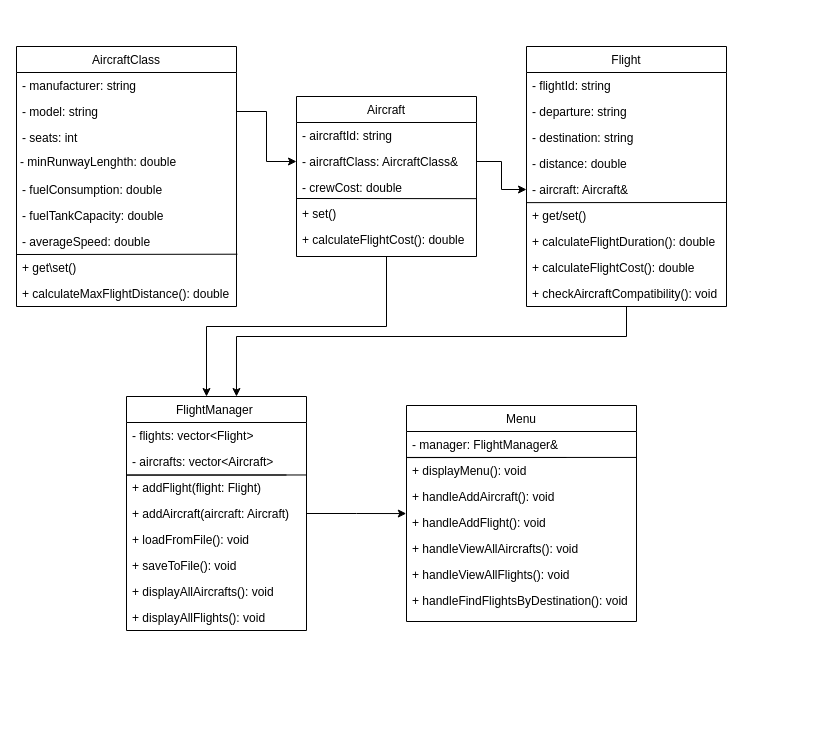
Earlier version of the draw.io diagram UML Diagram.drawio (stiv03/AirPortManager). Source tidied: cells renumbered, new cells numbered last; positions are measured from the earlier drawing's top-left corner, leaving out a move shared by most shapes. Both pictures are drawn from the tidied source at 100%, with x=0, y=0 at pixel (16, 46).
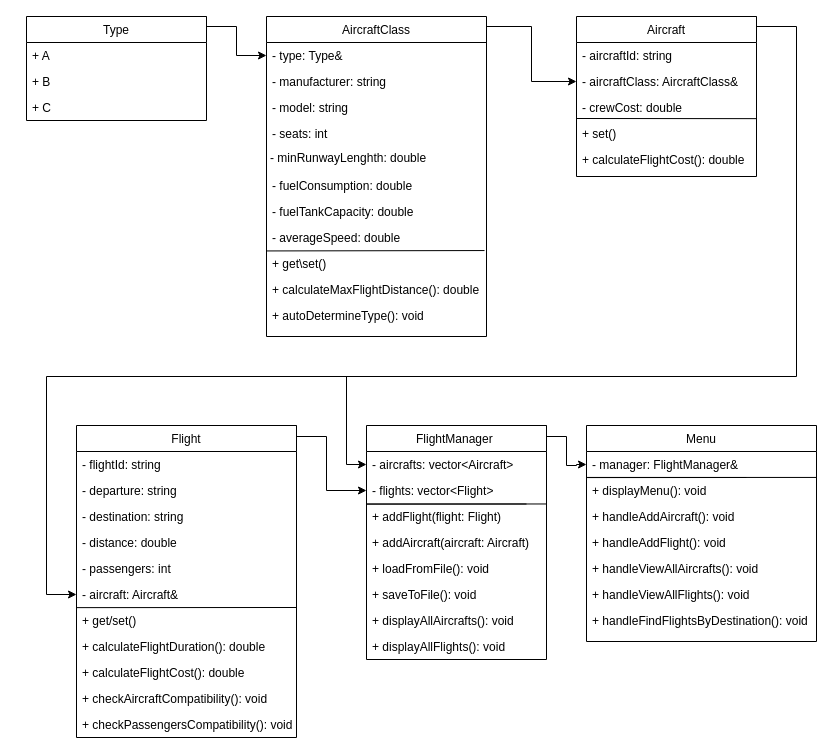
The same diagram, later.

Unchanged cells that the change refers to:
```xml
<mxCell id="39" value="- aircraftClass: AircraftClass&amp;" style="text;align=left;verticalAlign=top;spacingLeft=4;spacingRight=4;overflow=hidden;points=[[0,0.5],[1,0.5]];portConstraint=eastwest;rounded=0;shadow=0;html=0;" parent="37" vertex="1">
  <mxGeometry y="52" width="180" height="26" as="geometry" />
</mxCell>
<mxCell id="45" value="- manager: FlightManager&amp;" style="text;align=left;verticalAlign=top;spacingLeft=4;spacingRight=4;overflow=hidden;points=[[0,0.5],[1,0.5]];portConstraint=eastwest;" parent="44" vertex="1">
  <mxGeometry y="26" width="230" height="26" as="geometry" />
</mxCell>
<mxCell id="49" value="+ handleAddFlight(): void" style="text;align=left;verticalAlign=top;spacingLeft=4;spacingRight=4;overflow=hidden;points=[[0,0.5],[1,0.5]];portConstraint=eastwest;" parent="44" vertex="1">
  <mxGeometry y="104" width="230" height="26" as="geometry" />
</mxCell>
```

Diff of the diagram source:
```diff
@@
     <mxCell id="2" value="AircraftClass" style="swimlane;fontStyle=0;align=center;verticalAlign=top;horizontal=1;startSize=26;rounded=0;shadow=0;strokeWidth=1;" parent="1" vertex="1">
-      <mxGeometry width="220" height="260" as="geometry" />
+      <mxGeometry x="250" y="-30" width="220" height="320" as="geometry" />
     </mxCell>
+    <mxCell id="57" value="- type: Type&amp;&#10;" style="text;align=left;verticalAlign=top;spacingLeft=4;spacingRight=4;overflow=hidden;points=[[0,0.5],[1,0.5]];portConstraint=eastwest;fontStyle=0;" parent="2" vertex="1">
+      <mxGeometry y="26" width="220" height="26" as="geometry" />
+    </mxCell>
     <mxCell id="3" value="- manufacturer: string" style="text;align=left;verticalAlign=top;spacingLeft=4;spacingRight=4;overflow=hidden;fontStyle=0;" parent="2" vertex="1">
-      <mxGeometry y="26" width="220" height="26" as="geometry" />
+      <mxGeometry y="52" width="220" height="26" as="geometry" />
     </mxCell>
     <mxCell id="4" value="- model: string" style="text;align=left;verticalAlign=top;spacingLeft=4;spacingRight=4;overflow=hidden;points=[[0,0.5],[1,0.5]];portConstraint=eastwest;rounded=0;shadow=0;html=0;" parent="2" vertex="1">
-      <mxGeometry y="52" width="220" height="26" as="geometry" />
+      <mxGeometry y="78" width="220" height="26" as="geometry" />
     </mxCell>
     <mxCell id="5" value="- seats: int" style="text;align=left;verticalAlign=top;spacingLeft=4;spacingRight=4;overflow=hidden;rounded=0;shadow=0;html=0;" parent="2" vertex="1">
-      <mxGeometry y="78" width="220" height="26" as="geometry" />
+      <mxGeometry y="104" width="220" height="26" as="geometry" />
     </mxCell>
     <mxCell id="6" value="- minRunwayLenghth: double" style="text;align=left;verticalAlign=top;spacingLeft=4;spacingRight=-4;overflow=hidden;rounded=0;shadow=0;html=0;spacing=0;spacingBottom=-7;" parent="2" vertex="1">
-      <mxGeometry y="104" width="220" height="26" as="geometry" />
+      <mxGeometry y="130" width="220" height="26" as="geometry" />
     </mxCell>
     <mxCell id="7" value="- fuelConsumption: double" style="text;align=left;verticalAlign=top;spacingLeft=4;spacingRight=4;overflow=hidden;" parent="2" vertex="1">
-      <mxGeometry y="130" width="220" height="26" as="geometry" />
+      <mxGeometry y="156" width="220" height="26" as="geometry" />
     </mxCell>
     <mxCell id="8" value="- fuelTankCapacity: double" style="text;align=left;verticalAlign=top;spacingLeft=4;spacingRight=4;overflow=hidden;" parent="2" vertex="1">
-      <mxGeometry y="156" width="220" height="26" as="geometry" />
+      <mxGeometry y="182" width="220" height="26" as="geometry" />
     </mxCell>
     <mxCell id="9" value="- averageSpeed: double" style="text;align=left;verticalAlign=top;spacingLeft=4;spacingRight=4;overflow=hidden;points=[[0,0.5],[1,0.5]];portConstraint=eastwest;" parent="2" vertex="1">
-      <mxGeometry y="182" width="220" height="26" as="geometry" />
+      <mxGeometry y="208" width="220" height="26" as="geometry" />
     </mxCell>
-    <mxCell id="10" style="endArrow=none;html=1;rounded=0;entryX=0;entryY=0.5;entryDx=0;entryDy=0;exitX=1.004;exitY=0.989;exitDx=0;exitDy=0;exitPerimeter=0;" parent="2" edge="1" source="9">
-      <mxGeometry relative="1" as="geometry">
-        <mxPoint y="208" as="targetPoint" />
-      </mxGeometry>
-    </mxCell>
     <mxCell id="11" value="+ get\set()" style="text;align=left;verticalAlign=top;spacingLeft=4;spacingRight=4;overflow=hidden;" parent="2" vertex="1">
-      <mxGeometry y="208" width="220" height="26" as="geometry" />
+      <mxGeometry y="234" width="220" height="26" as="geometry" />
     </mxCell>
     <mxCell id="12" value="+ calculateMaxFlightDistance(): double" style="text;align=left;verticalAlign=top;spacingLeft=4;spacingRight=4;overflow=hidden;" parent="2" vertex="1">
-      <mxGeometry y="234" width="220" height="26" as="geometry" />
+      <mxGeometry y="260" width="220" height="26" as="geometry" />
     </mxCell>
-    <mxCell id="13" style="edgeStyle=orthogonalEdgeStyle;rounded=0;jettySize=auto;html=1;entryX=0.611;entryY=0;entryDx=0;entryDy=0;entryPerimeter=0;" parent="1" edge="1" source="14" target="25">
-      <mxGeometry relative="1" as="geometry">
-        <Array as="points">
-          <mxPoint x="610" y="290" />
-          <mxPoint x="220" y="290" />
-        </Array>
-      </mxGeometry>
-    </mxCell>
+    <mxCell id="58" value="+ autoDetermineType(): void" style="text;align=left;verticalAlign=top;spacingLeft=4;spacingRight=4;overflow=hidden;" parent="2" vertex="1">
+      <mxGeometry y="286" width="220" height="26" as="geometry" />
+    </mxCell>
+    <mxCell id="59" style="endArrow=none;html=1;rounded=0;exitX=0;exitY=1.017;exitDx=0;exitDy=0;exitPerimeter=0;entryX=0.991;entryY=1.002;entryDx=0;entryDy=0;entryPerimeter=0;" parent="2" edge="1" source="9" target="9">
+      <mxGeometry relative="1" as="geometry" />
+    </mxCell>
+    <mxCell id="60" style="edgeStyle=orthogonalEdgeStyle;rounded=0;jettySize=auto;html=1;exitX=1;exitY=0;exitDx=0;exitDy=0;entryX=0;entryY=0.5;entryDx=0;entryDy=0;" parent="1" edge="1" source="14" target="26">
+      <mxGeometry relative="1" as="geometry">
+        <Array as="points">
+          <mxPoint x="280" y="390" />
+          <mxPoint x="310" y="390" />
+          <mxPoint x="310" y="444" />
+        </Array>
+      </mxGeometry>
+    </mxCell>
     <mxCell id="14" value="Flight" style="swimlane;fontStyle=0;align=center;verticalAlign=top;horizontal=1;startSize=26;rounded=0;shadow=0;strokeWidth=1;" parent="1" vertex="1">
-      <mxGeometry x="510" width="200" height="260" as="geometry" />
+      <mxGeometry x="60" y="379" width="220" height="312" as="geometry" />
     </mxCell>
     <mxCell id="15" value="- flightId: string" style="text;align=left;verticalAlign=top;spacingLeft=4;spacingRight=4;overflow=hidden;" parent="14" vertex="1">
-      <mxGeometry y="26" width="200" height="26" as="geometry" />
+      <mxGeometry y="26" width="220" height="26" as="geometry" />
     </mxCell>
     <mxCell id="16" value="- departure: string" style="text;align=left;verticalAlign=top;spacingLeft=4;spacingRight=4;overflow=hidden;rounded=0;shadow=0;html=0;" parent="14" vertex="1">
-      <mxGeometry y="52" width="200" height="26" as="geometry" />
+      <mxGeometry y="52" width="220" height="26" as="geometry" />
     </mxCell>
     <mxCell id="17" value="- destination: string" style="text;align=left;verticalAlign=top;spacingLeft=4;spacingRight=4;overflow=hidden;fontStyle=0;" parent="14" vertex="1">
-      <mxGeometry y="78" width="200" height="26" as="geometry" />
+      <mxGeometry y="78" width="220" height="26" as="geometry" />
     </mxCell>
     <mxCell id="18" value="- distance: double" style="text;align=left;verticalAlign=top;spacingLeft=4;spacingRight=4;overflow=hidden;" parent="14" vertex="1">
-      <mxGeometry y="104" width="200" height="26" as="geometry" />
+      <mxGeometry y="104" width="220" height="26" as="geometry" />
     </mxCell>
+    <mxCell id="61" value="- passengers: int" style="text;align=left;verticalAlign=top;spacingLeft=4;spacingRight=4;overflow=hidden;fontStyle=0;" parent="14" vertex="1">
+      <mxGeometry y="130" width="220" height="26" as="geometry" />
+    </mxCell>
     <mxCell id="19" value="- aircraft: Aircraft&amp;" style="text;align=left;verticalAlign=top;spacingLeft=4;spacingRight=4;overflow=hidden;points=[[0,0.5],[1,0.5]];portConstraint=eastwest;fontStyle=0;" parent="14" vertex="1">
-      <mxGeometry y="130" width="200" height="26" as="geometry" />
+      <mxGeometry y="156" width="220" height="26" as="geometry" />
     </mxCell>
@@
     <mxCell id="21" value="+ get/set()" style="text;align=left;verticalAlign=top;spacingLeft=4;spacingRight=4;overflow=hidden;fontStyle=0;" parent="14" vertex="1">
-      <mxGeometry y="156" width="200" height="26" as="geometry" />
+      <mxGeometry y="182" width="220" height="26" as="geometry" />
     </mxCell>
     <mxCell id="22" value="+ calculateFlightDuration(): double" style="text;align=left;verticalAlign=top;spacingLeft=4;spacingRight=4;overflow=hidden;fontStyle=0;" parent="14" vertex="1">
-      <mxGeometry y="182" width="200" height="26" as="geometry" />
+      <mxGeometry y="208" width="220" height="26" as="geometry" />
     </mxCell>
     <mxCell id="23" value="+ calculateFlightCost(): double" style="text;align=left;verticalAlign=top;spacingLeft=4;spacingRight=4;overflow=hidden;fontStyle=0;" parent="14" vertex="1">
-      <mxGeometry y="208" width="200" height="26" as="geometry" />
+      <mxGeometry y="234" width="220" height="26" as="geometry" />
     </mxCell>
     <mxCell id="24" value="+ checkAircraftCompatibility(): void" style="text;align=left;verticalAlign=top;spacingLeft=4;spacingRight=4;overflow=hidden;fontStyle=0;" parent="14" vertex="1">
-      <mxGeometry y="234" width="200" height="26" as="geometry" />
+      <mxGeometry y="260" width="220" height="26" as="geometry" />
     </mxCell>
+    <mxCell id="62" value="+ checkPassengersCompatibility(): void" style="text;align=left;verticalAlign=top;spacingLeft=4;spacingRight=4;overflow=hidden;fontStyle=0;" parent="14" vertex="1">
+      <mxGeometry y="286" width="220" height="26" as="geometry" />
+    </mxCell>
+    <mxCell id="63" style="edgeStyle=orthogonalEdgeStyle;rounded=0;jettySize=auto;html=1;exitX=1;exitY=0;exitDx=0;exitDy=0;entryX=0;entryY=0.5;entryDx=0;entryDy=0;" parent="1" edge="1" source="25" target="45">
+      <mxGeometry relative="1" as="geometry">
+        <Array as="points">
+          <mxPoint x="530" y="390" />
+          <mxPoint x="550" y="390" />
+          <mxPoint x="550" y="419" />
+          <mxPoint x="560" y="419" />
+        </Array>
+      </mxGeometry>
+    </mxCell>
     <mxCell id="25" value="FlightManager " style="swimlane;fontStyle=0;align=center;verticalAlign=top;horizontal=1;startSize=26;rounded=0;shadow=0;strokeWidth=1;" parent="1" vertex="1">
-      <mxGeometry x="110" y="350" width="180" height="234" as="geometry" />
+      <mxGeometry x="350" y="379" width="180" height="234" as="geometry" />
     </mxCell>
+    <mxCell id="27" value="- aircrafts: vector&lt;Aircraft&gt;" style="text;align=left;verticalAlign=top;spacingLeft=4;spacingRight=4;overflow=hidden;points=[[0,0.5],[1,0.5]];portConstraint=eastwest;" parent="25" vertex="1">
+      <mxGeometry y="26" width="180" height="26" as="geometry" />
+    </mxCell>
     <mxCell id="26" value="- flights: vector&lt;Flight&gt;" style="text;align=left;verticalAlign=top;spacingLeft=4;spacingRight=4;overflow=hidden;points=[[0,0.5],[1,0.5]];portConstraint=eastwest;" parent="25" vertex="1">
-      <mxGeometry y="26" width="180" height="26" as="geometry" />
+      <mxGeometry y="52" width="180" height="26" as="geometry" />
     </mxCell>
-    <mxCell id="27" value="- aircrafts: vector&lt;Aircraft&gt;" style="text;align=left;verticalAlign=top;spacingLeft=4;spacingRight=4;overflow=hidden;points=[[0,0.5],[1,0.5]];portConstraint=eastwest;" parent="25" vertex="1">
-      <mxGeometry y="52" width="180" height="26" as="geometry" />
-    </mxCell>
@@
-    <mxCell id="36" style="edgeStyle=orthogonalEdgeStyle;rounded=0;jettySize=auto;html=1;exitX=0.5;exitY=1;exitDx=0;exitDy=0;" parent="1" edge="1" source="37" target="25">
-      <mxGeometry relative="1" as="geometry">
-        <Array as="points">
-          <mxPoint x="370" y="280" />
-          <mxPoint x="190" y="280" />
-        </Array>
-      </mxGeometry>
-    </mxCell>
+    <mxCell id="64" style="edgeStyle=orthogonalEdgeStyle;rounded=0;jettySize=auto;html=1;exitX=1;exitY=0;exitDx=0;exitDy=0;entryX=0;entryY=0.5;entryDx=0;entryDy=0;" parent="1" edge="1" source="37" target="19">
+      <mxGeometry relative="1" as="geometry">
+        <Array as="points">
+          <mxPoint x="740" y="-20" />
+          <mxPoint x="780" y="-20" />
+          <mxPoint x="780" y="330" />
+          <mxPoint x="30" y="330" />
+          <mxPoint x="30" y="548" />
+        </Array>
+      </mxGeometry>
+    </mxCell>
     <mxCell id="37" value="Aircraft" style="swimlane;fontStyle=0;align=center;verticalAlign=top;horizontal=1;startSize=26;rounded=0;shadow=0;strokeWidth=1;" parent="1" vertex="1">
-      <mxGeometry x="280" y="50" width="180" height="160" as="geometry" />
+      <mxGeometry x="560" y="-30" width="180" height="160" as="geometry" />
     </mxCell>
@@
     <mxCell id="44" value="Menu&#10;" style="swimlane;fontStyle=0;align=center;verticalAlign=top;horizontal=1;startSize=26;rounded=0;shadow=0;strokeWidth=1;" parent="1" vertex="1">
-      <mxGeometry x="390" y="359" width="230" height="216" as="geometry" />
+      <mxGeometry x="570" y="379" width="230" height="216" as="geometry" />
     </mxCell>
@@
-    <mxCell id="54" style="edgeStyle=orthogonalEdgeStyle;rounded=0;jettySize=auto;html=1;exitX=1;exitY=0.5;exitDx=0;exitDy=0;entryX=0;entryY=0.5;entryDx=0;entryDy=0;" parent="1" edge="1" source="4" target="39">
-      <mxGeometry relative="1" as="geometry" />
-    </mxCell>
-    <mxCell id="55" style="edgeStyle=orthogonalEdgeStyle;rounded=0;jettySize=auto;html=1;entryX=-0.001;entryY=0.156;entryDx=0;entryDy=0;entryPerimeter=0;" parent="1" edge="1" source="25" target="49">
-      <mxGeometry relative="1" as="geometry" />
-    </mxCell>
-    <mxCell id="56" style="edgeStyle=orthogonalEdgeStyle;rounded=0;jettySize=auto;html=1;exitX=1;exitY=0.5;exitDx=0;exitDy=0;entryX=0;entryY=0.5;entryDx=0;entryDy=0;" parent="1" edge="1" source="39" target="19">
-      <mxGeometry relative="1" as="geometry" />
-    </mxCell>
+    <mxCell id="65" style="edgeStyle=orthogonalEdgeStyle;rounded=0;jettySize=auto;html=1;exitX=1;exitY=0;exitDx=0;exitDy=0;entryX=0;entryY=0.5;entryDx=0;entryDy=0;" parent="1" edge="1" source="66" target="57">
+      <mxGeometry relative="1" as="geometry">
+        <Array as="points">
+          <mxPoint x="190" y="-20" />
+          <mxPoint x="220" y="-20" />
+          <mxPoint x="220" y="9" />
+        </Array>
+      </mxGeometry>
+    </mxCell>
+    <mxCell id="66" value="Type" style="swimlane;fontStyle=0;align=center;verticalAlign=top;horizontal=1;startSize=26;rounded=0;shadow=0;strokeWidth=1;" parent="1" vertex="1">
+      <mxGeometry x="10" y="-30" width="180" height="104" as="geometry" />
+    </mxCell>
+    <mxCell id="67" value="+ A" style="text;align=left;verticalAlign=top;spacingLeft=4;spacingRight=4;overflow=hidden;" parent="66" vertex="1">
+      <mxGeometry y="26" width="180" height="26" as="geometry" />
+    </mxCell>
+    <mxCell id="68" value="+ B" style="text;align=left;verticalAlign=top;spacingLeft=4;spacingRight=4;overflow=hidden;rounded=0;shadow=0;html=0;" parent="66" vertex="1">
+      <mxGeometry y="52" width="180" height="26" as="geometry" />
+    </mxCell>
+    <mxCell id="69" value="+ C" style="text;align=left;verticalAlign=top;spacingLeft=4;spacingRight=4;overflow=hidden;rounded=0;shadow=0;html=0;" parent="66" vertex="1">
+      <mxGeometry y="78" width="180" height="26" as="geometry" />
+    </mxCell>
+    <mxCell id="70" style="edgeStyle=orthogonalEdgeStyle;rounded=0;jettySize=auto;html=1;exitX=1;exitY=0.5;exitDx=0;exitDy=0;entryX=0;entryY=0.5;entryDx=0;entryDy=0;" parent="1" edge="1" source="57" target="39">
+      <mxGeometry relative="1" as="geometry">
+        <Array as="points">
+          <mxPoint x="470" y="-20" />
+          <mxPoint x="515" y="-20" />
+          <mxPoint x="515" y="35" />
+        </Array>
+      </mxGeometry>
+    </mxCell>
+    <mxCell id="71" style="edgeStyle=orthogonalEdgeStyle;rounded=0;jettySize=auto;html=1;exitX=0;exitY=0.5;exitDx=0;exitDy=0;endArrow=none;endFill=0;startArrow=classic;startFill=1;" parent="1" edge="1" source="27">
+      <mxGeometry relative="1" as="geometry">
+        <mxPoint x="330" y="330" as="targetPoint" />
+        <Array as="points">
+          <mxPoint x="330" y="418" />
+        </Array>
+      </mxGeometry>
+    </mxCell>
```
